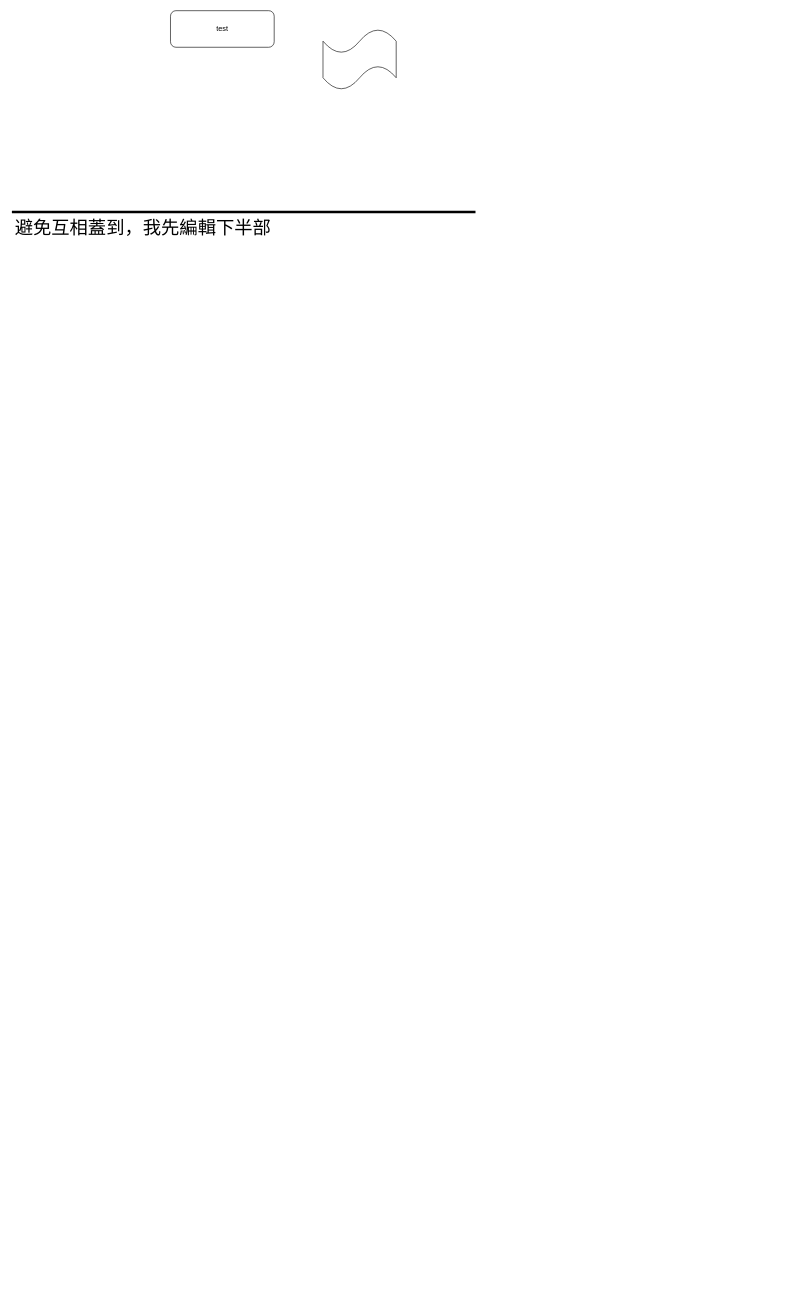
This is ServiceStructure.drawio from ChihLin8168/newDrawio, a draw.io file, before an edit. Source tidied: cells renumbered, new cells numbered last; positions are measured from the earlier drawing's top-left corner, leaving out a move shared by most shapes. Both pictures are drawn from the tidied source at 61%, with x=0, y=0 at pixel (12, 10). Pictures stored in the file or linked from it are replaced by grey dashed boxes.
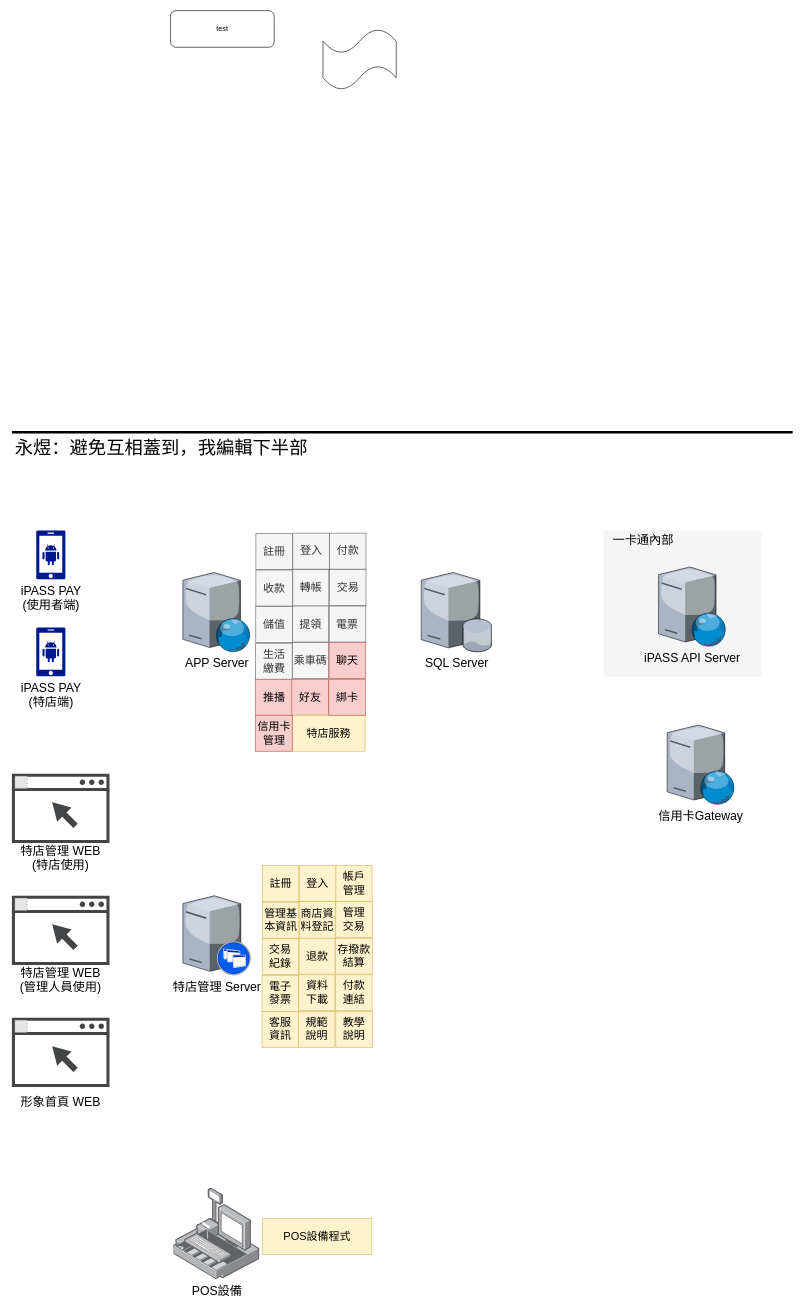
Above is the later version.

What changed in the source:
```diff
@@
+    <mxCell id="6" style="group;" parent="1" vertex="1">
+      <mxGeometry x="970" y="852" width="259" height="240" as="geometry" />
+    </mxCell>
+    <mxCell id="7" style="rounded=0;whiteSpace=wrap;html=1;fontSize=20;fillColor=#f5f5f5;fontColor=#333333;strokeColor=none;" parent="6" vertex="1">
+      <mxGeometry width="259" height="240" as="geometry" />
+    </mxCell>
+    <mxCell id="8" value="一卡通內部" style="text;html=1;strokeColor=none;fillColor=none;align=center;verticalAlign=middle;whiteSpace=wrap;rounded=0;fontSize=20;" parent="6" vertex="1">
+      <mxGeometry x="10" y="5" width="110" height="20" as="geometry" />
+    </mxCell>
@@
     <mxCell id="4" style="endArrow=none;html=1;strokeWidth=4;" parent="1" edge="1">
       <mxGeometry relative="1" as="geometry">
-        <mxPoint y="330" as="sourcePoint" />
-        <mxPoint x="760" y="330" as="targetPoint" />
+        <mxPoint y="691" as="sourcePoint" />
+        <mxPoint x="1280" y="691" as="targetPoint" />
       </mxGeometry>
     </mxCell>
-    <mxCell id="5" value="避免互相蓋到，我先編輯下半部" style="text;html=1;strokeColor=none;fillColor=none;align=center;verticalAlign=middle;whiteSpace=wrap;rounded=0;fontSize=30;" parent="1" vertex="1">
-      <mxGeometry y="340" width="430" height="30" as="geometry" />
+    <mxCell id="5" value="永煜：避免互相蓋到，我編輯下半部" style="text;html=1;strokeColor=none;fillColor=none;align=center;verticalAlign=middle;whiteSpace=wrap;rounded=0;fontSize=30;" parent="1" vertex="1">
+      <mxGeometry y="701" width="490" height="30" as="geometry" />
     </mxCell>
+    <mxCell id="9" value="iPASS PAY&lt;br style=&quot;font-size: 20px;&quot;&gt;(使用者端)" style="shadow=0;dashed=0;html=1;strokeColor=none;labelPosition=center;verticalLabelPosition=bottom;verticalAlign=top;align=center;fillColor=#00188D;shape=mxgraph.mscae.enterprise.android_phone;fontSize=20;" parent="1" vertex="1">
+      <mxGeometry x="39.8" y="852" width="48" height="80" as="geometry" />
+    </mxCell>
+    <mxCell id="10" value="APP Server" style="verticalLabelPosition=bottom;html=1;verticalAlign=top;strokeColor=none;align=center;shape=mxgraph.citrix.web_server;fontSize=20;" parent="1" vertex="1">
+      <mxGeometry x="280.3" y="921" width="110.5" height="130" as="geometry" />
+    </mxCell>
+    <mxCell id="11" value="特店管理 Server" style="verticalLabelPosition=bottom;html=1;verticalAlign=top;strokeColor=none;align=center;shape=mxgraph.citrix.xenapp_server;fontSize=20;" parent="1" vertex="1">
+      <mxGeometry x="280.3" y="1451" width="111" height="130" as="geometry" />
+    </mxCell>
+    <mxCell id="12" value="iPASS API Server" style="verticalLabelPosition=bottom;html=1;verticalAlign=top;strokeColor=none;align=center;shape=mxgraph.citrix.web_server;fontSize=20;" parent="1" vertex="1">
+      <mxGeometry x="1060" y="912" width="110.5" height="130" as="geometry" />
+    </mxCell>
+    <mxCell id="13" value="iPASS PAY&lt;br style=&quot;font-size: 20px&quot;&gt;(特店端)" style="shadow=0;dashed=0;html=1;strokeColor=none;labelPosition=center;verticalLabelPosition=bottom;verticalAlign=top;align=center;fillColor=#00188D;shape=mxgraph.mscae.enterprise.android_phone;fontSize=20;" parent="1" vertex="1">
+      <mxGeometry x="39.8" y="1011" width="48" height="80" as="geometry" />
+    </mxCell>
+    <mxCell id="14" style="group;" parent="1" vertex="1">
+      <mxGeometry y="1251" width="160" height="113.6" as="geometry" />
+    </mxCell>
+    <mxCell id="15" style="shadow=0;dashed=0;html=1;strokeColor=none;fillColor=#434445;labelPosition=center;verticalLabelPosition=bottom;verticalAlign=top;align=center;shape=mxgraph.vvd.web_browser;fontSize=20;" parent="14" vertex="1">
+      <mxGeometry width="160" height="113.6" as="geometry" />
+    </mxCell>
+    <mxCell id="16" style="fillColor=#E6E6E6;strokeColor=#999999;dashed=1;html=1;verticalAlign=top;verticalLabelPosition=bottom;labelBackgroundColor=#ffffff;fontSize=20;" parent="14" vertex="1">
+      <mxGeometry x="5" y="4" width="20" height="20" as="geometry" />
+    </mxCell>
+    <mxCell id="17" value="特店管理 WEB&lt;br&gt;(特店使用)" style="text;html=1;strokeColor=none;fillColor=none;align=center;verticalAlign=middle;whiteSpace=wrap;rounded=0;fontSize=20;" parent="1" vertex="1">
+      <mxGeometry x="5" y="1364.6" width="150" height="46.4" as="geometry" />
+    </mxCell>
+    <mxCell id="18" style="group;" parent="1" vertex="1">
+      <mxGeometry y="1451" width="160" height="113.6" as="geometry" />
+    </mxCell>
+    <mxCell id="19" style="shadow=0;dashed=0;html=1;strokeColor=none;fillColor=#434445;labelPosition=center;verticalLabelPosition=bottom;verticalAlign=top;align=center;shape=mxgraph.vvd.web_browser;fontSize=20;" parent="18" vertex="1">
+      <mxGeometry width="160" height="113.6" as="geometry" />
+    </mxCell>
+    <mxCell id="20" style="fillColor=#E6E6E6;strokeColor=#999999;dashed=1;html=1;verticalAlign=top;verticalLabelPosition=bottom;labelBackgroundColor=#ffffff;fontSize=20;" parent="18" vertex="1">
+      <mxGeometry x="5" y="4" width="20" height="20" as="geometry" />
+    </mxCell>
+    <mxCell id="21" value="特店管理 WEB&lt;br&gt;(管理人員使用)" style="text;html=1;strokeColor=none;fillColor=none;align=center;verticalAlign=middle;whiteSpace=wrap;rounded=0;fontSize=20;" parent="1" vertex="1">
+      <mxGeometry x="5" y="1564.6" width="150" height="46.4" as="geometry" />
+    </mxCell>
+    <mxCell id="22" style="group;" parent="1" vertex="1">
+      <mxGeometry y="1651" width="160" height="113.6" as="geometry" />
+    </mxCell>
+    <mxCell id="23" style="shadow=0;dashed=0;html=1;strokeColor=none;fillColor=#434445;labelPosition=center;verticalLabelPosition=bottom;verticalAlign=top;align=center;shape=mxgraph.vvd.web_browser;fontSize=20;" parent="22" vertex="1">
+      <mxGeometry width="160" height="113.6" as="geometry" />
+    </mxCell>
+    <mxCell id="24" style="fillColor=#E6E6E6;strokeColor=#999999;dashed=1;html=1;verticalAlign=top;verticalLabelPosition=bottom;labelBackgroundColor=#ffffff;fontSize=20;" parent="22" vertex="1">
+      <mxGeometry x="5" y="4" width="20" height="20" as="geometry" />
+    </mxCell>
+    <mxCell id="25" value="形象首頁 WEB" style="text;html=1;strokeColor=none;fillColor=none;align=center;verticalAlign=middle;whiteSpace=wrap;rounded=0;fontSize=20;" parent="1" vertex="1">
+      <mxGeometry x="5" y="1764.6" width="150" height="46.4" as="geometry" />
+    </mxCell>
+    <mxCell id="26" value="註冊" style="rounded=0;whiteSpace=wrap;html=1;fontSize=18;fillColor=#f5f5f5;strokeColor=#666666;fontColor=#333333;" parent="1" vertex="1">
+      <mxGeometry x="400" y="857" width="60" height="59" as="geometry" />
+    </mxCell>
+    <mxCell id="27" value="收款" style="rounded=0;whiteSpace=wrap;html=1;fontSize=18;fillColor=#f5f5f5;strokeColor=#666666;fontColor=#333333;" parent="1" vertex="1">
+      <mxGeometry x="400" y="917" width="60" height="59" as="geometry" />
+    </mxCell>
+    <mxCell id="28" value="轉帳" style="rounded=0;whiteSpace=wrap;html=1;fontSize=18;fillColor=#f5f5f5;strokeColor=#666666;fontColor=#333333;direction=south;" parent="1" vertex="1">
+      <mxGeometry x="460.5" y="916" width="59" height="60" as="geometry" />
+    </mxCell>
+    <mxCell id="29" value="付款" style="rounded=0;whiteSpace=wrap;html=1;fontSize=18;fillColor=#f5f5f5;strokeColor=#666666;fontColor=#333333;" parent="1" vertex="1">
+      <mxGeometry x="520.5" y="856.5" width="60" height="59" as="geometry" />
+    </mxCell>
+    <mxCell id="30" value="登入" style="rounded=0;whiteSpace=wrap;html=1;fontSize=18;fillColor=#f5f5f5;strokeColor=#666666;fontColor=#333333;" parent="1" vertex="1">
+      <mxGeometry x="460.5" y="856.5" width="60" height="59" as="geometry" />
+    </mxCell>
+    <mxCell id="31" value="交易" style="rounded=0;whiteSpace=wrap;html=1;fontSize=18;fillColor=#f5f5f5;strokeColor=#666666;fontColor=#333333;" parent="1" vertex="1">
+      <mxGeometry x="520.5" y="916" width="60" height="59" as="geometry" />
+    </mxCell>
+    <mxCell id="32" value="儲值" style="rounded=0;whiteSpace=wrap;html=1;fontSize=18;fillColor=#f5f5f5;strokeColor=#666666;fontColor=#333333;" parent="1" vertex="1">
+      <mxGeometry x="399.8" y="977" width="60" height="59" as="geometry" />
+    </mxCell>
+    <mxCell id="33" value="提領" style="rounded=0;whiteSpace=wrap;html=1;fontSize=18;fillColor=#f5f5f5;strokeColor=#666666;fontColor=#333333;direction=south;" parent="1" vertex="1">
+      <mxGeometry x="460.2" y="976" width="59" height="59" as="geometry" />
+    </mxCell>
+    <mxCell id="34" value="電票" style="rounded=0;whiteSpace=wrap;html=1;fontSize=18;fillColor=#f5f5f5;strokeColor=#666666;fontColor=#333333;" parent="1" vertex="1">
+      <mxGeometry x="520.2" y="976" width="60" height="59" as="geometry" />
+    </mxCell>
+    <mxCell id="35" value="生活&lt;br&gt;繳費" style="rounded=0;whiteSpace=wrap;html=1;fontSize=18;fillColor=#f5f5f5;strokeColor=#666666;fontColor=#333333;" parent="1" vertex="1">
+      <mxGeometry x="399.5" y="1037" width="60" height="59" as="geometry" />
+    </mxCell>
+    <mxCell id="36" value="乘車碼" style="rounded=0;whiteSpace=wrap;html=1;fontSize=18;fillColor=#f5f5f5;strokeColor=#666666;fontColor=#333333;direction=south;" parent="1" vertex="1">
+      <mxGeometry x="460" y="1036" width="59" height="59" as="geometry" />
+    </mxCell>
+    <mxCell id="37" value="聊天" style="rounded=0;whiteSpace=wrap;html=1;fontSize=18;fillColor=#f8cecc;strokeColor=#b85450;" parent="1" vertex="1">
+      <mxGeometry x="520" y="1036" width="60" height="59" as="geometry" />
+    </mxCell>
+    <mxCell id="38" value="推播" style="rounded=0;whiteSpace=wrap;html=1;fontSize=18;fillColor=#f8cecc;strokeColor=#b85450;" parent="1" vertex="1">
+      <mxGeometry x="399.5" y="1096" width="60" height="59" as="geometry" />
+    </mxCell>
+    <mxCell id="39" value="好友" style="rounded=0;whiteSpace=wrap;html=1;fontSize=18;fillColor=#f8cecc;strokeColor=#b85450;" parent="1" vertex="1">
+      <mxGeometry x="459" y="1096" width="60" height="59" as="geometry" />
+    </mxCell>
+    <mxCell id="40" value="特店服務" style="rounded=0;whiteSpace=wrap;html=1;fontSize=18;fillColor=#fff2cc;strokeColor=#d6b656;" parent="1" vertex="1">
+      <mxGeometry x="460" y="1155" width="119" height="59" as="geometry" />
+    </mxCell>
+    <mxCell id="41" value="註冊" style="rounded=0;whiteSpace=wrap;html=1;fontSize=18;fillColor=#fff2cc;strokeColor=#d6b656;" parent="1" vertex="1">
+      <mxGeometry x="410.5" y="1401.5" width="60" height="59" as="geometry" />
+    </mxCell>
+    <mxCell id="42" value="管理基本資訊" style="rounded=0;whiteSpace=wrap;html=1;fontSize=18;fillColor=#fff2cc;strokeColor=#d6b656;" parent="1" vertex="1">
+      <mxGeometry x="410.5" y="1461.5" width="60" height="59" as="geometry" />
+    </mxCell>
+    <mxCell id="43" value="商店資料登記" style="rounded=0;whiteSpace=wrap;html=1;fontSize=18;fillColor=#fff2cc;strokeColor=#d6b656;direction=south;" parent="1" vertex="1">
+      <mxGeometry x="471" y="1460.5" width="59" height="60" as="geometry" />
+    </mxCell>
+    <mxCell id="44" value="帳戶&lt;br&gt;管理" style="rounded=0;whiteSpace=wrap;html=1;fontSize=18;fillColor=#fff2cc;strokeColor=#d6b656;" parent="1" vertex="1">
+      <mxGeometry x="531" y="1401" width="59.5" height="59" as="geometry" />
+    </mxCell>
+    <mxCell id="45" value="登入" style="rounded=0;whiteSpace=wrap;html=1;fontSize=18;fillColor=#fff2cc;strokeColor=#d6b656;" parent="1" vertex="1">
+      <mxGeometry x="471" y="1401" width="60" height="59" as="geometry" />
+    </mxCell>
+    <mxCell id="46" value="管理&lt;br&gt;交易" style="rounded=0;whiteSpace=wrap;html=1;fontSize=18;fillColor=#fff2cc;strokeColor=#d6b656;" parent="1" vertex="1">
+      <mxGeometry x="531" y="1460.5" width="60" height="59" as="geometry" />
+    </mxCell>
+    <mxCell id="47" value="交易&lt;br&gt;紀錄" style="rounded=0;whiteSpace=wrap;html=1;fontSize=18;fillColor=#fff2cc;strokeColor=#d6b656;" parent="1" vertex="1">
+      <mxGeometry x="410.3" y="1521.5" width="60" height="59" as="geometry" />
+    </mxCell>
+    <mxCell id="48" value="退款" style="rounded=0;whiteSpace=wrap;html=1;fontSize=18;fillColor=#fff2cc;strokeColor=#d6b656;direction=south;" parent="1" vertex="1">
+      <mxGeometry x="470.8" y="1520.5" width="59" height="59" as="geometry" />
+    </mxCell>
+    <mxCell id="49" value="存撥款&lt;br&gt;結算" style="rounded=0;whiteSpace=wrap;html=1;fontSize=18;fillColor=#fff2cc;strokeColor=#d6b656;" parent="1" vertex="1">
+      <mxGeometry x="530.8" y="1520.5" width="60" height="59" as="geometry" />
+    </mxCell>
+    <mxCell id="50" value="電子&lt;br&gt;發票" style="rounded=0;whiteSpace=wrap;html=1;fontSize=18;fillColor=#fff2cc;strokeColor=#d6b656;" parent="1" vertex="1">
+      <mxGeometry x="410" y="1581.5" width="60" height="59" as="geometry" />
+    </mxCell>
+    <mxCell id="51" value="資料&lt;br&gt;下載" style="rounded=0;whiteSpace=wrap;html=1;fontSize=18;fillColor=#fff2cc;strokeColor=#d6b656;direction=south;" parent="1" vertex="1">
+      <mxGeometry x="470.5" y="1580.5" width="59" height="59" as="geometry" />
+    </mxCell>
+    <mxCell id="52" value="付款&lt;br&gt;連結" style="rounded=0;whiteSpace=wrap;html=1;fontSize=18;fillColor=#fff2cc;strokeColor=#d6b656;" parent="1" vertex="1">
+      <mxGeometry x="530.5" y="1580.5" width="60" height="59" as="geometry" />
+    </mxCell>
+    <mxCell id="53" value="客服&lt;br&gt;資訊" style="rounded=0;whiteSpace=wrap;html=1;fontSize=18;fillColor=#fff2cc;strokeColor=#d6b656;" parent="1" vertex="1">
+      <mxGeometry x="410" y="1640.5" width="60" height="59" as="geometry" />
+    </mxCell>
+    <mxCell id="54" value="規範&lt;br&gt;說明" style="rounded=0;whiteSpace=wrap;html=1;fontSize=18;fillColor=#fff2cc;strokeColor=#d6b656;" parent="1" vertex="1">
+      <mxGeometry x="469.5" y="1640.5" width="60" height="59" as="geometry" />
+    </mxCell>
+    <mxCell id="55" value="教學&lt;br&gt;說明" style="rounded=0;whiteSpace=wrap;html=1;fontSize=18;fillColor=#fff2cc;strokeColor=#d6b656;" parent="1" vertex="1">
+      <mxGeometry x="531" y="1640.5" width="60" height="59" as="geometry" />
+    </mxCell>
+    <mxCell id="56" value="綁卡" style="rounded=0;whiteSpace=wrap;html=1;fontSize=18;fillColor=#f8cecc;strokeColor=#b85450;" parent="1" vertex="1">
+      <mxGeometry x="519.5" y="1096" width="60" height="59" as="geometry" />
+    </mxCell>
+    <mxCell id="57" value="信用卡&lt;br&gt;管理" style="rounded=0;whiteSpace=wrap;html=1;fontSize=18;fillColor=#f8cecc;strokeColor=#b85450;" parent="1" vertex="1">
+      <mxGeometry x="399.5" y="1155" width="60" height="59" as="geometry" />
+    </mxCell>
+    <mxCell id="58" value="SQL Server" style="verticalLabelPosition=bottom;html=1;verticalAlign=top;strokeColor=none;align=center;shape=mxgraph.citrix.database_server;fontSize=20;" parent="1" vertex="1">
+      <mxGeometry x="671" y="921" width="115.6" height="130" as="geometry" />
+    </mxCell>
+    <mxCell id="59" value="信用卡Gateway" style="verticalLabelPosition=bottom;html=1;verticalAlign=top;strokeColor=none;align=center;shape=mxgraph.citrix.web_server;fontSize=20;" parent="1" vertex="1">
+      <mxGeometry x="1074.2" y="1171" width="110.5" height="130" as="geometry" />
+    </mxCell>
+    <mxCell id="60" value="POS設備" style="html=1;align=center;shadow=0;dashed=0;image;image=img/lib/allied_telesis/security/POS.svg;fontSize=20;" parent="1" vertex="1">
+      <mxGeometry x="265.1" y="1930" width="141.2" height="150" as="geometry" />
+    </mxCell>
+    <mxCell id="61" value="POS設備程式" style="rounded=0;whiteSpace=wrap;html=1;fontSize=18;fillColor=#fff2cc;strokeColor=#d6b656;" parent="1" vertex="1">
+      <mxGeometry x="411" y="1980" width="179" height="59" as="geometry" />
+    </mxCell>
```
